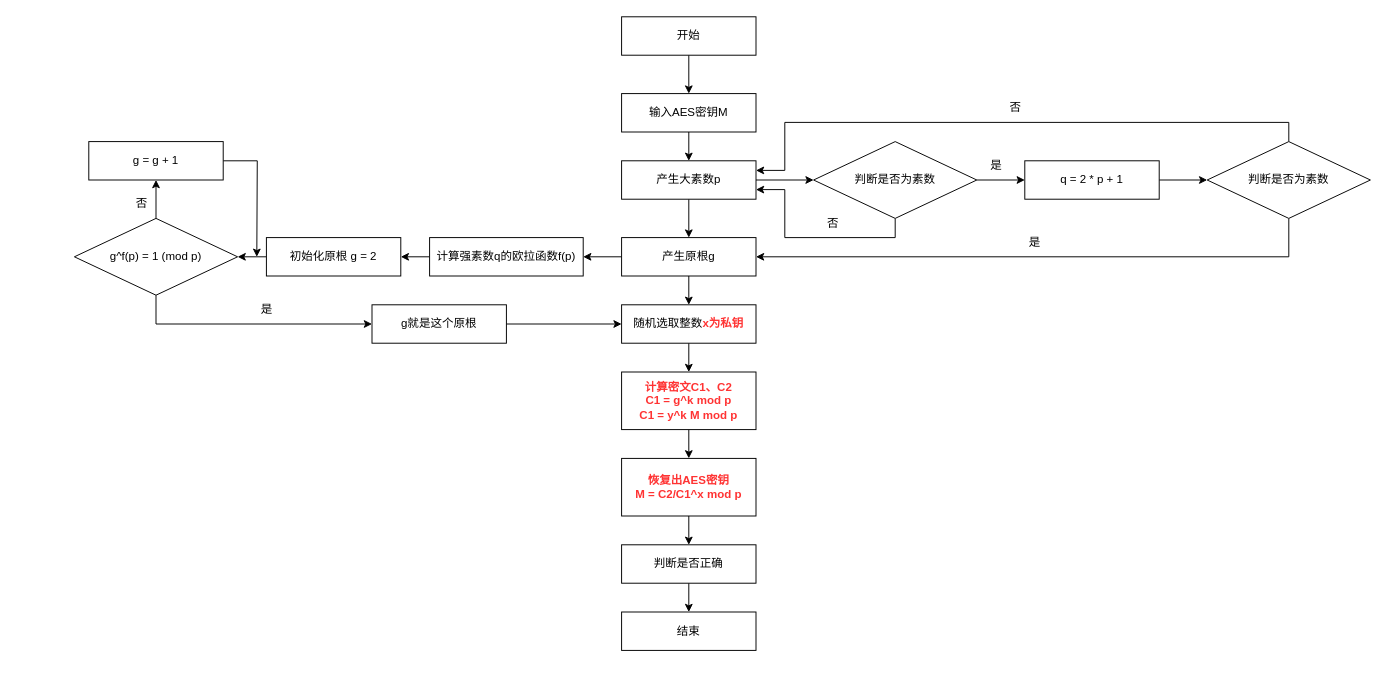
Above: 算法流程图.drawio in zhaoyj6/liuchengtu (draw.io), before the change. Source tidied: cells renumbered, new cells numbered last; positions are measured from the earlier drawing's top-left corner, leaving out a move shared by most shapes. Both pictures are drawn from the tidied source at 96%, with x=0, y=0 at pixel (74, 16).
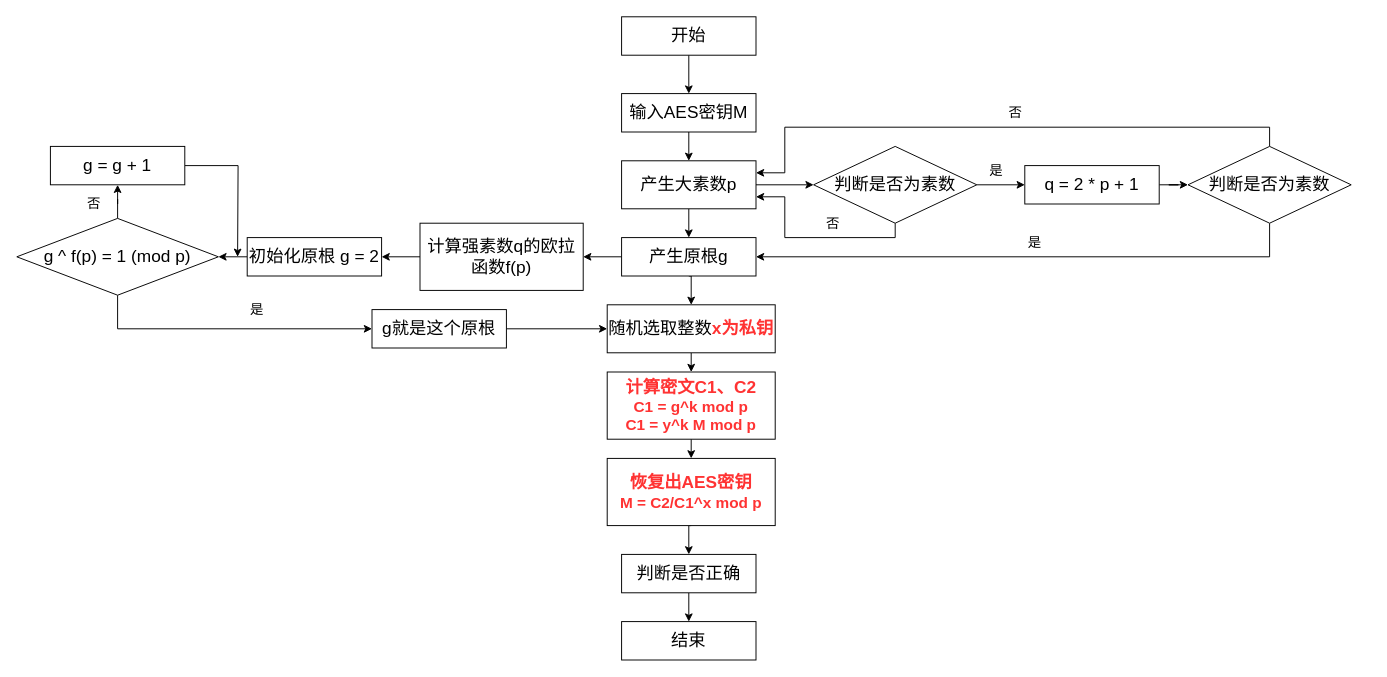
After the change.

Commit message (it also covers changes not shown here):
更新算法流程图.drawio

Diff of the diagram source:
```diff
@@
-    <mxCell id="3" value="输入AES密钥M" style="rounded=0;whiteSpace=wrap;html=1;" parent="1" vertex="1">
+    <mxCell id="3" value="&lt;font style=&quot;font-size: 18px;&quot;&gt;输入AES密钥M&lt;/font&gt;" style="rounded=0;whiteSpace=wrap;html=1;" parent="1" vertex="1">
       <mxGeometry x="570" y="80" width="140" height="40" as="geometry" />
     </mxCell>
@@
-    <mxCell id="5" value="&lt;b&gt;&lt;font color=&quot;#ff3333&quot;&gt;恢复出AES密钥&lt;/font&gt;&lt;/b&gt;&lt;div&gt;&lt;b&gt;&lt;font color=&quot;#ff3333&quot;&gt;M = C2/C1^x mod p&lt;/font&gt;&lt;/b&gt;&lt;/div&gt;" style="rounded=0;whiteSpace=wrap;html=1;" parent="1" vertex="1">
-      <mxGeometry x="570" y="460" width="140" height="60" as="geometry" />
+    <mxCell id="5" value="&lt;b&gt;&lt;font style=&quot;font-size: 18px;&quot; color=&quot;#ff3333&quot;&gt;恢复出AES密钥&lt;/font&gt;&lt;/b&gt;&lt;div&gt;&lt;b&gt;&lt;font size=&quot;3&quot; color=&quot;#ff3333&quot;&gt;M = C2/C1^x mod p&lt;/font&gt;&lt;/b&gt;&lt;/div&gt;" style="rounded=0;whiteSpace=wrap;html=1;" parent="1" vertex="1">
+      <mxGeometry x="555" y="460" width="175" height="70" as="geometry" />
     </mxCell>
@@
-    <mxCell id="8" value="产生大素数p" style="rounded=0;whiteSpace=wrap;html=1;" parent="1" vertex="1">
-      <mxGeometry x="570" y="150" width="140" height="40" as="geometry" />
+    <mxCell id="8" value="&lt;font style=&quot;font-size: 18px;&quot;&gt;产生大素数p&lt;/font&gt;" style="rounded=0;whiteSpace=wrap;html=1;" parent="1" vertex="1">
+      <mxGeometry x="570" y="150" width="140" height="50" as="geometry" />
     </mxCell>
@@
-    <mxCell id="11" value="产生原根g" style="rounded=0;whiteSpace=wrap;html=1;" parent="1" vertex="1">
+    <mxCell id="11" value="&lt;font style=&quot;font-size: 18px;&quot;&gt;产生原根g&lt;/font&gt;" style="rounded=0;whiteSpace=wrap;html=1;" parent="1" vertex="1">
       <mxGeometry x="570" y="230" width="140" height="40" as="geometry" />
     </mxCell>
@@
-    <mxCell id="13" value="随机选取整数&lt;b&gt;&lt;font color=&quot;#ff3333&quot;&gt;x为私钥&lt;/font&gt;&lt;/b&gt;" style="rounded=0;whiteSpace=wrap;html=1;" parent="1" vertex="1">
-      <mxGeometry x="570" y="300" width="140" height="40" as="geometry" />
+    <mxCell id="13" value="&lt;font style=&quot;font-size: 18px;&quot;&gt;随机选取整数&lt;b&gt;&lt;font color=&quot;#ff3333&quot;&gt;x为私钥&lt;/font&gt;&lt;/b&gt;&lt;/font&gt;" style="rounded=0;whiteSpace=wrap;html=1;" parent="1" vertex="1">
+      <mxGeometry x="555" y="300" width="175" height="50" as="geometry" />
     </mxCell>
@@
-    <mxCell id="15" value="&lt;b&gt;&lt;font color=&quot;#ff3333&quot;&gt;计算密文C1、C2&lt;/font&gt;&lt;/b&gt;&lt;div&gt;&lt;b&gt;&lt;font color=&quot;#ff3333&quot;&gt;C1 = g^k mod p&lt;/font&gt;&lt;/b&gt;&lt;/div&gt;&lt;div&gt;&lt;b&gt;&lt;font color=&quot;#ff3333&quot;&gt;C1 = y^k M mod p&lt;/font&gt;&lt;/b&gt;&lt;/div&gt;" style="rounded=0;whiteSpace=wrap;html=1;" parent="1" vertex="1">
-      <mxGeometry x="570" y="370" width="140" height="60" as="geometry" />
+    <mxCell id="15" value="&lt;b&gt;&lt;font style=&quot;font-size: 18px;&quot; color=&quot;#ff3333&quot;&gt;计算密文C1、C2&lt;/font&gt;&lt;/b&gt;&lt;div&gt;&lt;b&gt;&lt;font size=&quot;3&quot; color=&quot;#ff3333&quot;&gt;C1 = g^k mod p&lt;/font&gt;&lt;/b&gt;&lt;/div&gt;&lt;div&gt;&lt;b&gt;&lt;font size=&quot;3&quot; color=&quot;#ff3333&quot;&gt;C1 = y^k M mod p&lt;/font&gt;&lt;/b&gt;&lt;/div&gt;" style="rounded=0;whiteSpace=wrap;html=1;" parent="1" vertex="1">
+      <mxGeometry x="555" y="370" width="175" height="70" as="geometry" />
     </mxCell>
@@
-    <mxCell id="17" value="判断是否正确" style="rounded=0;whiteSpace=wrap;html=1;" parent="1" vertex="1">
-      <mxGeometry x="570" y="550" width="140" height="40" as="geometry" />
+    <mxCell id="17" value="&lt;font style=&quot;font-size: 18px;&quot;&gt;判断是否正确&lt;/font&gt;" style="rounded=0;whiteSpace=wrap;html=1;" parent="1" vertex="1">
+      <mxGeometry x="570" y="560" width="140" height="40" as="geometry" />
     </mxCell>
@@
-    <mxCell id="19" value="开始" style="rounded=0;whiteSpace=wrap;html=1;" parent="1" vertex="1">
+    <mxCell id="19" value="&lt;font style=&quot;font-size: 18px;&quot;&gt;开始&lt;/font&gt;" style="rounded=0;whiteSpace=wrap;html=1;" parent="1" vertex="1">
       <mxGeometry x="570" width="140" height="40" as="geometry" />
     </mxCell>
-    <mxCell id="20" value="结束" style="rounded=0;whiteSpace=wrap;html=1;" parent="1" vertex="1">
-      <mxGeometry x="570" y="620" width="140" height="40" as="geometry" />
+    <mxCell id="20" value="&lt;font style=&quot;font-size: 18px;&quot;&gt;结束&lt;/font&gt;" style="rounded=0;whiteSpace=wrap;html=1;" parent="1" vertex="1">
+      <mxGeometry x="570" y="630" width="140" height="40" as="geometry" />
     </mxCell>
@@
     <mxCell id="22" style="edgeStyle=orthogonalEdgeStyle;rounded=0;jettySize=auto;html=1;exitX=0.5;exitY=1;exitDx=0;exitDy=0;entryX=1;entryY=0.75;entryDx=0;entryDy=0;" parent="1" edge="1" source="23" target="8">
-      <mxGeometry relative="1" as="geometry" />
+      <mxGeometry relative="1" as="geometry">
+        <Array as="points">
+          <mxPoint x="855" y="230" />
+          <mxPoint x="740" y="230" />
+          <mxPoint x="740" y="188" />
+        </Array>
+      </mxGeometry>
     </mxCell>
-    <mxCell id="23" value="判断是否为素数" style="rhombus;whiteSpace=wrap;html=1;" parent="1" vertex="1">
-      <mxGeometry x="770" y="130" width="170" height="80" as="geometry" />
+    <mxCell id="23" value="&lt;font style=&quot;font-size: 18px;&quot;&gt;判断是否为素数&lt;/font&gt;" style="rhombus;whiteSpace=wrap;html=1;" parent="1" vertex="1">
+      <mxGeometry x="770" y="135" width="170" height="80" as="geometry" />
     </mxCell>
+    <mxCell id="25" style="edgeStyle=orthogonalEdgeStyle;rounded=0;jettySize=auto;html=1;entryX=1;entryY=0.5;entryDx=0;entryDy=0;" parent="1" edge="1" source="26" target="11">
+      <mxGeometry relative="1" as="geometry">
+        <Array as="points">
+          <mxPoint x="1245" y="250" />
+        </Array>
+      </mxGeometry>
+    </mxCell>
     <mxCell id="24" style="edgeStyle=orthogonalEdgeStyle;rounded=0;jettySize=auto;html=1;exitX=0.5;exitY=0;exitDx=0;exitDy=0;entryX=1;entryY=0.25;entryDx=0;entryDy=0;" parent="1" edge="1" source="26" target="8">
       <mxGeometry relative="1" as="geometry">
         <Array as="points">
-          <mxPoint x="1265" y="110" />
-          <mxPoint x="740" y="110" />
-          <mxPoint x="740" y="160" />
+          <mxPoint x="1245" y="115" />
+          <mxPoint x="740" y="115" />
+          <mxPoint x="740" y="163" />
         </Array>
       </mxGeometry>
     </mxCell>
-    <mxCell id="25" style="edgeStyle=orthogonalEdgeStyle;rounded=0;jettySize=auto;html=1;entryX=1;entryY=0.5;entryDx=0;entryDy=0;" parent="1" edge="1" source="26" target="11">
-      <mxGeometry relative="1" as="geometry">
-        <Array as="points">
-          <mxPoint x="1265" y="250" />
-        </Array>
-      </mxGeometry>
-    </mxCell>
-    <mxCell id="26" value="判断是否为素数" style="rhombus;whiteSpace=wrap;html=1;" parent="1" vertex="1">
-      <mxGeometry x="1180" y="130" width="170" height="80" as="geometry" />
+    <mxCell id="26" value="&lt;font style=&quot;font-size: 18px;&quot;&gt;判断是否为素数&lt;/font&gt;" style="rhombus;whiteSpace=wrap;html=1;" parent="1" vertex="1">
+      <mxGeometry x="1160" y="135" width="170" height="80" as="geometry" />
     </mxCell>
-    <mxCell id="27" style="edgeStyle=orthogonalEdgeStyle;rounded=0;jettySize=auto;html=1;exitX=1;exitY=0.5;exitDx=0;exitDy=0;entryX=0;entryY=0.5;entryDx=0;entryDy=0;" parent="1" edge="1" source="28" target="26">
+    <mxCell id="27" style="edgeStyle=orthogonalEdgeStyle;rounded=0;jettySize=auto;html=1;" parent="1" edge="1" source="28" target="26">
       <mxGeometry relative="1" as="geometry" />
     </mxCell>
-    <mxCell id="28" value="q = 2 * p + 1" style="rounded=0;whiteSpace=wrap;html=1;" parent="1" vertex="1">
-      <mxGeometry x="990" y="150" width="140" height="40" as="geometry" />
+    <mxCell id="28" value="&lt;font style=&quot;font-size: 18px;&quot;&gt;q = 2 * p + 1&lt;/font&gt;" style="rounded=0;whiteSpace=wrap;html=1;" parent="1" vertex="1">
+      <mxGeometry x="990" y="155" width="140" height="40" as="geometry" />
     </mxCell>
-    <mxCell id="29" style="edgeStyle=orthogonalEdgeStyle;rounded=0;jettySize=auto;html=1;exitX=0;exitY=0.5;exitDx=0;exitDy=0;" parent="1" edge="1" source="30">
-      <mxGeometry relative="1" as="geometry">
-        <mxPoint x="340" y="249.3" as="targetPoint" />
-      </mxGeometry>
-    </mxCell>
+    <mxCell id="46" style="edgeStyle=orthogonalEdgeStyle;rounded=0;jettySize=auto;html=1;entryX=1;entryY=0.5;entryDx=0;entryDy=0;" parent="1" edge="1" source="30" target="37">
+      <mxGeometry relative="1" as="geometry" />
+    </mxCell>
-    <mxCell id="30" value="计算强素数q的欧拉函数f(p)" style="rounded=0;whiteSpace=wrap;html=1;" parent="1" vertex="1">
-      <mxGeometry x="370" y="230" width="160" height="40" as="geometry" />
+    <mxCell id="30" value="&lt;font style=&quot;font-size: 18px;&quot;&gt;计算强素数q的欧拉函数f(p)&lt;/font&gt;" style="rounded=0;whiteSpace=wrap;html=1;" parent="1" vertex="1">
+      <mxGeometry x="360" y="215" width="170" height="70" as="geometry" />
     </mxCell>
@@
-    <mxCell id="32" value="g就是这个原根" style="rounded=0;whiteSpace=wrap;html=1;" parent="1" vertex="1">
-      <mxGeometry x="310" y="300" width="140" height="40" as="geometry" />
+    <mxCell id="32" value="&lt;font style=&quot;font-size: 18px;&quot;&gt;g就是这个原根&lt;/font&gt;" style="rounded=0;whiteSpace=wrap;html=1;" parent="1" vertex="1">
+      <mxGeometry x="310" y="305" width="140" height="40" as="geometry" />
     </mxCell>
-    <mxCell id="33" style="edgeStyle=orthogonalEdgeStyle;rounded=0;jettySize=auto;html=1;exitX=0.5;exitY=0;exitDx=0;exitDy=0;entryX=0.5;entryY=1;entryDx=0;entryDy=0;" parent="1" edge="1" source="35" target="39">
+    <mxCell id="33" style="edgeStyle=orthogonalEdgeStyle;rounded=0;jettySize=auto;html=1;exitX=0.5;exitY=0;exitDx=0;exitDy=0;" parent="1" edge="1" source="35" target="39">
       <mxGeometry relative="1" as="geometry" />
     </mxCell>
-    <mxCell id="34" style="edgeStyle=orthogonalEdgeStyle;rounded=0;jettySize=auto;html=1;exitX=0.5;exitY=1;exitDx=0;exitDy=0;entryX=0;entryY=0.5;entryDx=0;entryDy=0;" parent="1" edge="1" source="35" target="32">
-      <mxGeometry relative="1" as="geometry" />
+    <mxCell id="34" style="edgeStyle=orthogonalEdgeStyle;rounded=0;jettySize=auto;html=1;entryX=0;entryY=0.5;entryDx=0;entryDy=0;" parent="1" edge="1" source="35" target="32">
+      <mxGeometry relative="1" as="geometry">
+        <Array as="points">
+          <mxPoint x="45" y="325" />
+        </Array>
+      </mxGeometry>
     </mxCell>
-    <mxCell id="35" value="g^f(p) = 1 (mod p)" style="rhombus;whiteSpace=wrap;html=1;" parent="1" vertex="1">
-      <mxGeometry y="210" width="170" height="80" as="geometry" />
+    <mxCell id="35" value="&lt;font style=&quot;font-size: 18px;&quot;&gt;g ^ f(p) = 1 (mod p)&lt;/font&gt;" style="rhombus;whiteSpace=wrap;html=1;" parent="1" vertex="1">
+      <mxGeometry x="-60" y="210" width="210" height="80" as="geometry" />
     </mxCell>
@@
-    <mxCell id="37" value="初始化原根 g = 2" style="rounded=0;whiteSpace=wrap;html=1;" parent="1" vertex="1">
-      <mxGeometry x="200" y="230" width="140" height="40" as="geometry" />
+    <mxCell id="37" value="&lt;font style=&quot;font-size: 18px;&quot;&gt;初始化原根 g = 2&lt;/font&gt;" style="rounded=0;whiteSpace=wrap;html=1;" parent="1" vertex="1">
+      <mxGeometry x="180" y="230" width="140" height="40" as="geometry" />
     </mxCell>
     <mxCell id="38" style="edgeStyle=orthogonalEdgeStyle;rounded=0;jettySize=auto;html=1;exitX=1;exitY=0.5;exitDx=0;exitDy=0;" parent="1" edge="1" source="39">
       <mxGeometry relative="1" as="geometry">
-        <mxPoint x="190" y="250" as="targetPoint" />
+        <mxPoint x="170" y="250" as="targetPoint" />
       </mxGeometry>
     </mxCell>
-    <mxCell id="39" value="g = g + 1" style="rounded=0;whiteSpace=wrap;html=1;" parent="1" vertex="1">
-      <mxGeometry x="15" y="130" width="140" height="40" as="geometry" />
+    <mxCell id="39" value="&lt;font style=&quot;font-size: 18px;&quot;&gt;g = g + 1&lt;/font&gt;" style="rounded=0;whiteSpace=wrap;html=1;" parent="1" vertex="1">
+      <mxGeometry x="-25" y="135" width="140" height="40" as="geometry" />
     </mxCell>
-    <mxCell id="40" value="是" style="text;html=1;align=center;verticalAlign=middle;strokeColor=none;fillColor=none;" parent="1" vertex="1">
-      <mxGeometry x="940" y="140" width="40" height="30" as="geometry" />
+    <mxCell id="40" value="&lt;font style=&quot;font-size: 14px;&quot;&gt;是&lt;/font&gt;" style="text;html=1;align=center;verticalAlign=middle;strokeColor=none;fillColor=none;" parent="1" vertex="1">
+      <mxGeometry x="940" y="145" width="40" height="30" as="geometry" />
     </mxCell>
-    <mxCell id="41" value="是" style="text;html=1;align=center;verticalAlign=middle;strokeColor=none;fillColor=none;" parent="1" vertex="1">
+    <mxCell id="41" value="&lt;font style=&quot;font-size: 14px;&quot;&gt;是&lt;/font&gt;" style="text;html=1;align=center;verticalAlign=middle;strokeColor=none;fillColor=none;" parent="1" vertex="1">
       <mxGeometry x="980" y="220" width="40" height="30" as="geometry" />
     </mxCell>
-    <mxCell id="42" value="否" style="text;html=1;align=center;verticalAlign=middle;strokeColor=none;fillColor=none;" parent="1" vertex="1">
-      <mxGeometry x="960" y="80" width="40" height="30" as="geometry" />
+    <mxCell id="42" value="&lt;font style=&quot;font-size: 14px;&quot;&gt;否&lt;/font&gt;" style="text;html=1;align=center;verticalAlign=middle;strokeColor=none;fillColor=none;" parent="1" vertex="1">
+      <mxGeometry x="960" y="85" width="40" height="30" as="geometry" />
     </mxCell>
-    <mxCell id="43" value="否" style="text;html=1;align=center;verticalAlign=middle;strokeColor=none;fillColor=none;" parent="1" vertex="1">
+    <mxCell id="43" value="&lt;font style=&quot;font-size: 14px;&quot;&gt;否&lt;/font&gt;" style="text;html=1;align=center;verticalAlign=middle;strokeColor=none;fillColor=none;" parent="1" vertex="1">
       <mxGeometry x="770" y="200" width="40" height="30" as="geometry" />
     </mxCell>
-    <mxCell id="44" value="否" style="text;html=1;align=center;verticalAlign=middle;strokeColor=none;fillColor=none;" parent="1" vertex="1">
-      <mxGeometry x="50" y="180" width="40" height="30" as="geometry" />
+    <mxCell id="44" value="&lt;font style=&quot;font-size: 14px;&quot;&gt;否&lt;/font&gt;" style="text;html=1;align=center;verticalAlign=middle;strokeColor=none;fillColor=none;" parent="1" vertex="1">
+      <mxGeometry y="180" width="40" height="30" as="geometry" />
     </mxCell>
-    <mxCell id="45" value="是" style="text;html=1;align=center;verticalAlign=middle;strokeColor=none;fillColor=none;" parent="1" vertex="1">
-      <mxGeometry x="180" y="290" width="40" height="30" as="geometry" />
+    <mxCell id="45" value="&lt;font style=&quot;font-size: 14px;&quot;&gt;是&lt;/font&gt;" style="text;html=1;align=center;verticalAlign=middle;strokeColor=none;fillColor=none;" parent="1" vertex="1">
+      <mxGeometry x="170" y="290" width="40" height="30" as="geometry" />
     </mxCell>
```
